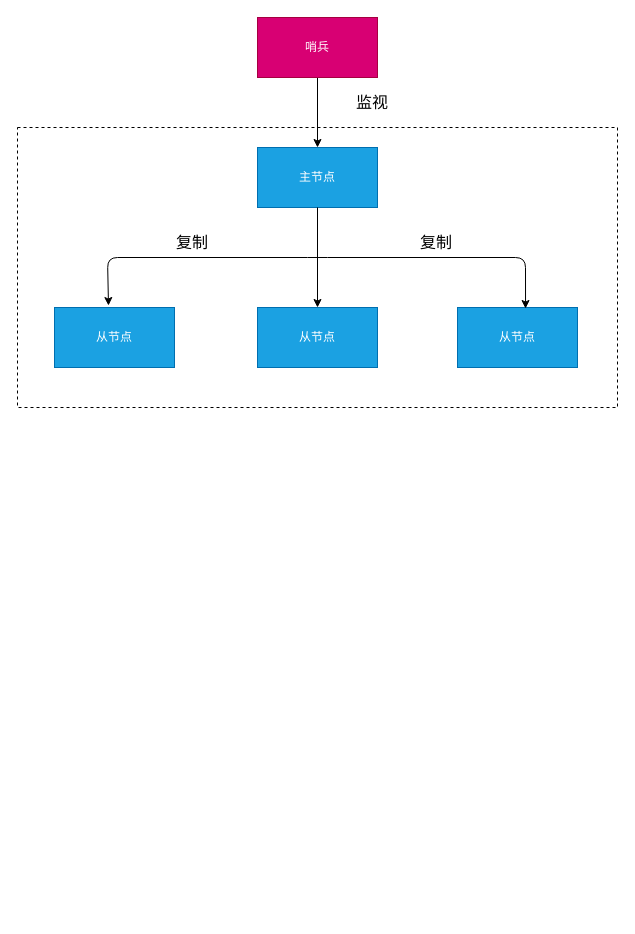
jinsoft/draw keeps this draw.io diagram as redis/redis.drawio. Above is the earlier version. Source tidied: cells renumbered, new cells numbered last; positions are measured from the earlier drawing's top-left corner, leaving out a move shared by most shapes. Both pictures are drawn from the tidied source at 100%, with x=0, y=0 at pixel (17, 17).
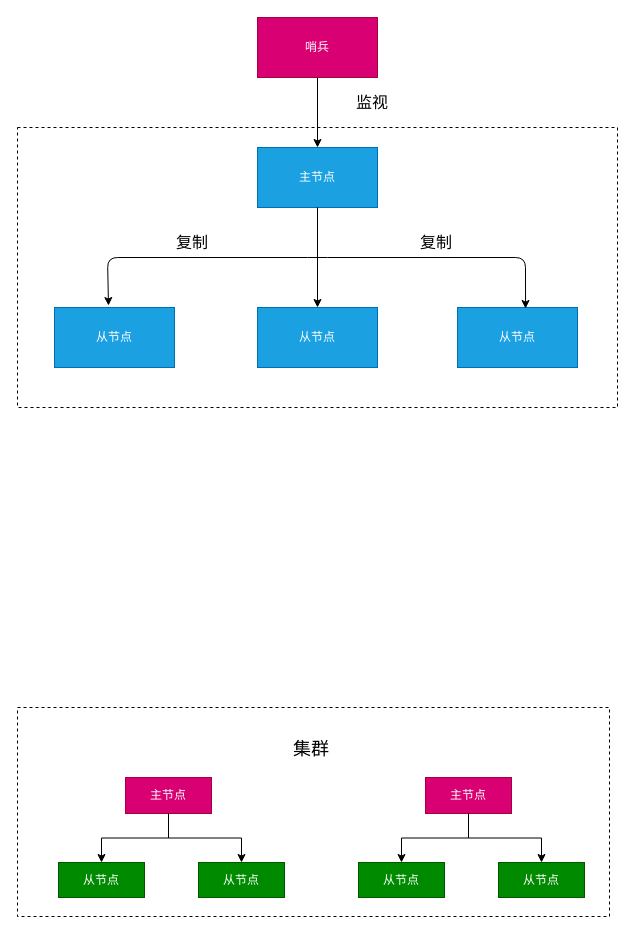
The same page after the edit.

Change to the diagram source:
```diff
@@
+    <mxCell id="14" style="rounded=0;whiteSpace=wrap;html=1;sketch=0;dashed=1;" parent="1" vertex="1">
+      <mxGeometry y="690" width="592" height="209" as="geometry" />
+    </mxCell>
@@
+    <mxCell id="15" style="group;" parent="1" vertex="1">
+      <mxGeometry x="41" y="760" width="226" height="120" as="geometry" />
+    </mxCell>
+    <mxCell id="16" value="主节点" style="rounded=0;whiteSpace=wrap;html=1;sketch=0;fillColor=#d80073;strokeColor=#A50040;fontColor=#ffffff;" parent="15" vertex="1">
+      <mxGeometry x="67" width="86" height="36" as="geometry" />
+    </mxCell>
+    <mxCell id="17" value="从节点" style="rounded=0;whiteSpace=wrap;html=1;sketch=0;fillColor=#008a00;strokeColor=#005700;fontColor=#ffffff;" parent="15" vertex="1">
+      <mxGeometry y="85" width="86" height="35" as="geometry" />
+    </mxCell>
+    <mxCell id="18" style="edgeStyle=orthogonalEdgeStyle;rounded=0;jettySize=auto;html=1;exitX=0.5;exitY=1;exitDx=0;exitDy=0;entryX=0.5;entryY=0;entryDx=0;entryDy=0;" parent="15" edge="1" source="16" target="17">
+      <mxGeometry relative="1" as="geometry" />
+    </mxCell>
+    <mxCell id="19" value="从节点" style="rounded=0;whiteSpace=wrap;html=1;sketch=0;fillColor=#008a00;strokeColor=#005700;fontColor=#ffffff;" parent="15" vertex="1">
+      <mxGeometry x="140" y="85" width="86" height="35" as="geometry" />
+    </mxCell>
+    <mxCell id="20" style="edgeStyle=orthogonalEdgeStyle;rounded=0;jettySize=auto;html=1;" parent="15" edge="1" source="16" target="19">
+      <mxGeometry relative="1" as="geometry" />
+    </mxCell>
+    <mxCell id="21" style="group;" parent="1" vertex="1">
+      <mxGeometry x="341" y="760" width="226" height="120" as="geometry" />
+    </mxCell>
+    <mxCell id="22" value="主节点" style="rounded=0;whiteSpace=wrap;html=1;sketch=0;fillColor=#d80073;strokeColor=#A50040;fontColor=#ffffff;" parent="21" vertex="1">
+      <mxGeometry x="67" width="86" height="36" as="geometry" />
+    </mxCell>
+    <mxCell id="23" value="从节点" style="rounded=0;whiteSpace=wrap;html=1;sketch=0;fillColor=#008a00;strokeColor=#005700;fontColor=#ffffff;" parent="21" vertex="1">
+      <mxGeometry y="85" width="86" height="35" as="geometry" />
+    </mxCell>
+    <mxCell id="24" style="edgeStyle=orthogonalEdgeStyle;rounded=0;jettySize=auto;html=1;exitX=0.5;exitY=1;exitDx=0;exitDy=0;entryX=0.5;entryY=0;entryDx=0;entryDy=0;" parent="21" edge="1" source="22" target="23">
+      <mxGeometry relative="1" as="geometry" />
+    </mxCell>
+    <mxCell id="25" value="从节点" style="rounded=0;whiteSpace=wrap;html=1;sketch=0;fillColor=#008a00;strokeColor=#005700;fontColor=#ffffff;" parent="21" vertex="1">
+      <mxGeometry x="140" y="85" width="86" height="35" as="geometry" />
+    </mxCell>
+    <mxCell id="26" style="edgeStyle=orthogonalEdgeStyle;rounded=0;jettySize=auto;html=1;" parent="21" edge="1" source="22" target="25">
+      <mxGeometry relative="1" as="geometry" />
+    </mxCell>
+    <mxCell id="27" value="&lt;font style=&quot;font-size: 18px&quot;&gt;集群&lt;/font&gt;" style="text;html=1;strokeColor=none;fillColor=none;align=center;verticalAlign=middle;whiteSpace=wrap;rounded=0;dashed=1;sketch=0;" parent="1" vertex="1">
+      <mxGeometry x="240" y="708" width="108" height="48" as="geometry" />
+    </mxCell>
```
